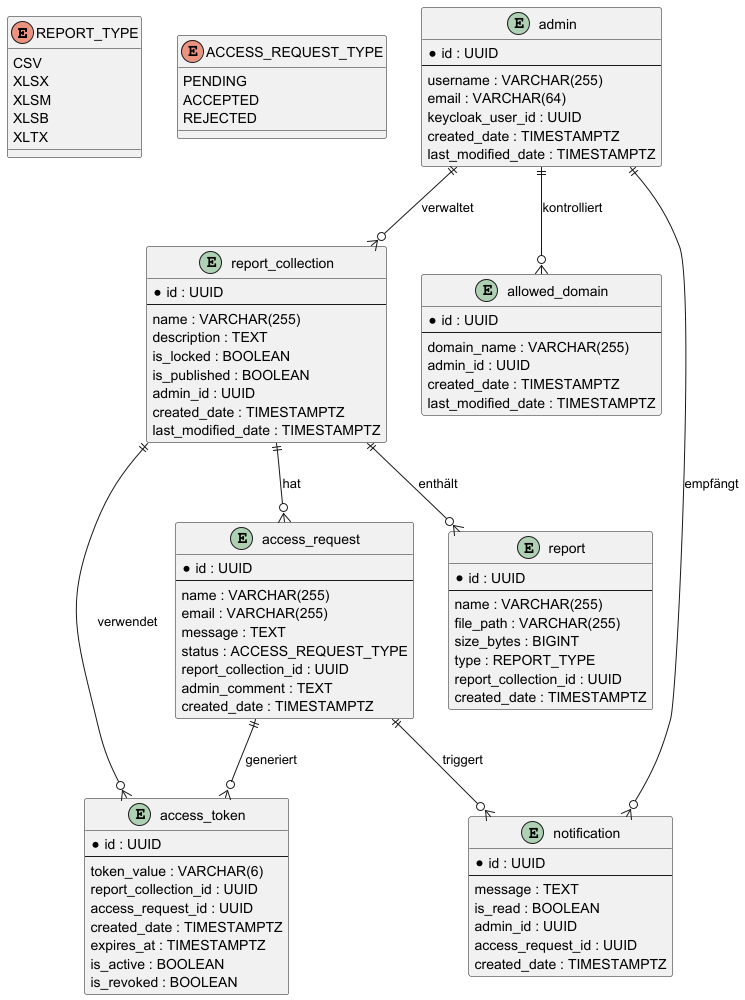
davakinyemi/replocker keeps this PlantUML diagram as replocker-plan/diagram_models/er_model.png. Above is the earlier version. Source of this version:
```plantuml
@startuml

enum REPORT_TYPE {
  CSV
  XLSX
  XLSM
  XLSB
  XLTX
}

enum ACCESS_REQUEST_TYPE {
  PENDING
  ACCEPTED
  REJECTED
}

entity admin {
  * id : UUID
  --
  username : VARCHAR(255)
  email : VARCHAR(64)
  keycloak_user_id : UUID
  created_date : TIMESTAMPTZ
  last_modified_date : TIMESTAMPTZ
}

entity report_collection {
  * id : UUID
  --
  name : VARCHAR(255)
  description : TEXT
  is_locked : BOOLEAN
  is_published : BOOLEAN
  admin_id : UUID
  created_date : TIMESTAMPTZ
  last_modified_date : TIMESTAMPTZ
}

entity report {
  * id : UUID
  --
  name : VARCHAR(255)
  file_path : VARCHAR(255)
  size_bytes : BIGINT
  type : REPORT_TYPE
  report_collection_id : UUID
  created_date : TIMESTAMPTZ
}

entity access_request {
  * id : UUID
  --
  name : VARCHAR(255)
  email : VARCHAR(255)
  message : TEXT
  status : ACCESS_REQUEST_TYPE
  report_collection_id : UUID
  admin_comment : TEXT
  created_date : TIMESTAMPTZ
}

entity allowed_domain {
  * id : UUID
  --
  domain_name : VARCHAR(255)
  admin_id : UUID
  created_date : TIMESTAMPTZ
  last_modified_date : TIMESTAMPTZ
}

entity access_token {
  * id : UUID
  --
  token_value : VARCHAR(6)
  report_collection_id : UUID
  access_request_id : UUID
  created_date : TIMESTAMPTZ
  expires_at : TIMESTAMPTZ
  is_active : BOOLEAN
  is_revoked : BOOLEAN
}

entity notification {
  * id : UUID
  --
  message : TEXT
  is_read : BOOLEAN
  admin_id : UUID
  access_request_id : UUID
  created_date : TIMESTAMPTZ
}

admin ||--o{ report_collection : "verwaltet"
report_collection ||--o{ report : "enthält"
report_collection ||--o{ access_request : "hat"
report_collection ||--o{ access_token : "verwendet"
access_request ||--o{ access_token : "generiert"
access_request ||--o{ notification : "triggert"
admin ||--o{ allowed_domain : "kontrolliert"
admin ||--o{ notification : "empfängt"

@enduml
```
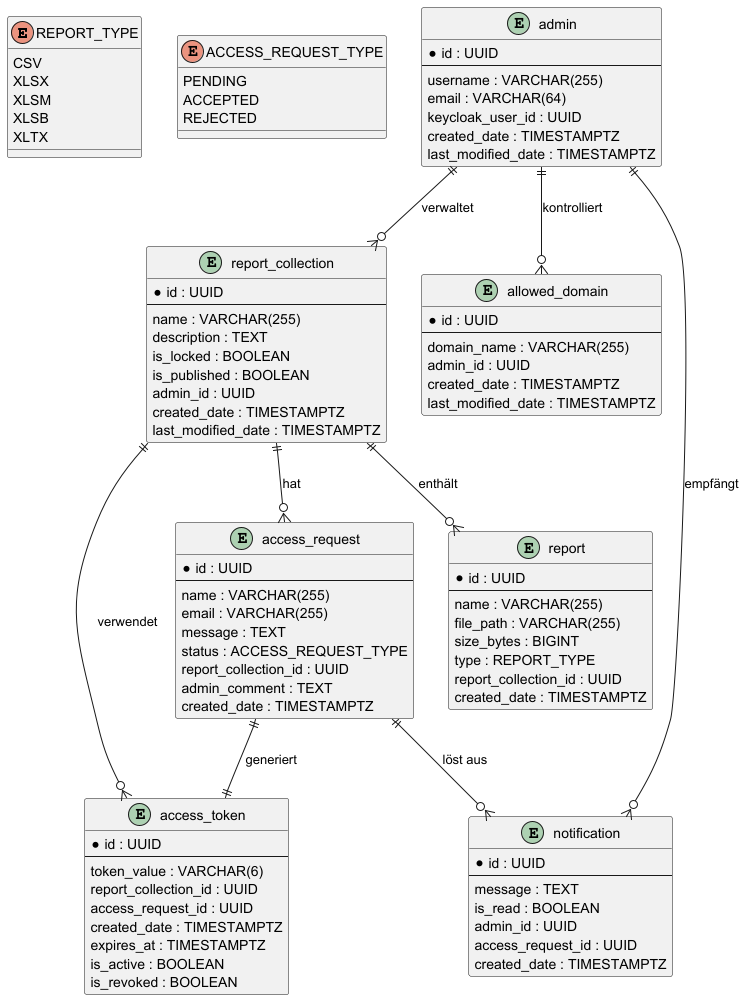
Above is the later version.

What changed in the source:
```diff
@@ -94,8 +94,8 @@
 report_collection ||--o{ report : "enthält"
 report_collection ||--o{ access_request : "hat"
 report_collection ||--o{ access_token : "verwendet"
-access_request ||--o{ access_token : "generiert"
-access_request ||--o{ notification : "triggert"
+access_request ||--|| access_token : "generiert"
+access_request ||--o{ notification : "löst aus"
 admin ||--o{ allowed_domain : "kontrolliert"
 admin ||--o{ notification : "empfängt"
 
```
